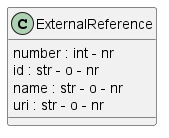
This is documentation/class_diagrams/ExternalReference.png from tmasch/bpf_be, a PlantUML export, as it was before one commit.
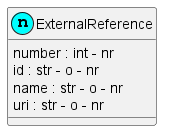
Later version of the same file.

What changed in the source:
```diff
@@ -1,6 +1,6 @@
 @startuml ExternalReference
 
-class ExternalReference
+class ExternalReference <<(n,cyan)>>
 
 ExternalReference : number : int - nr
 ExternalReference : id : str - o - nr
```
